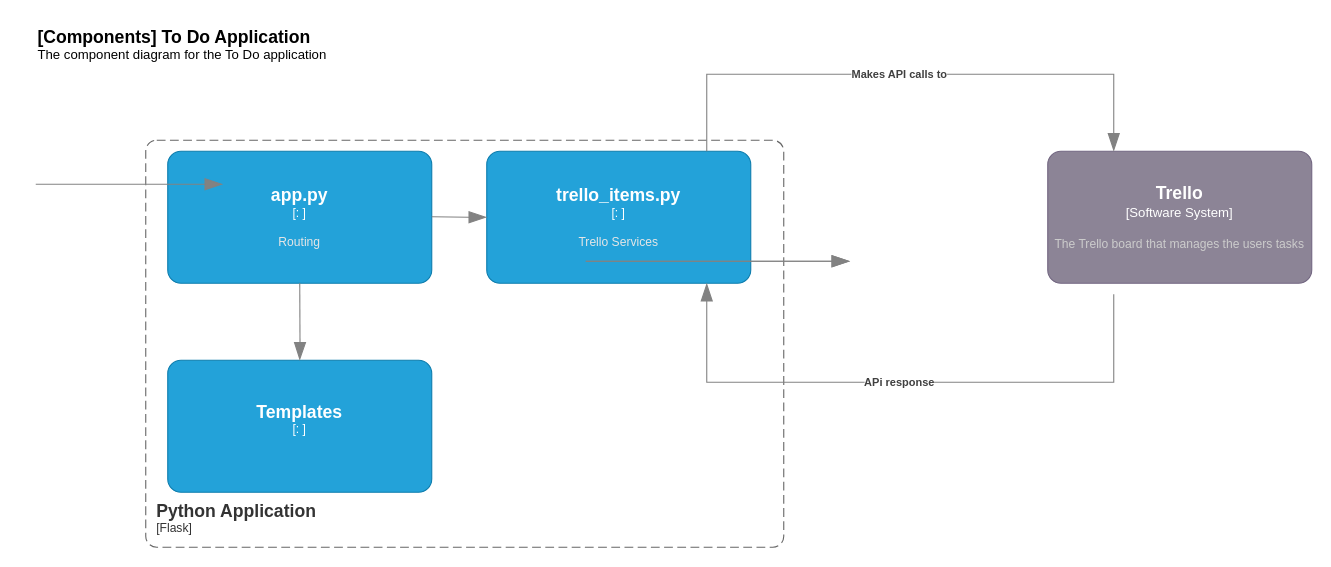
This is page "Component Diagram" (3 of 3) of context_diagram.drawio from shaylipatel/DevOps-Course-Starter, a draw.io file, before an edit. Source tidied: cells renumbered, new cells numbered last; positions are measured from the earlier drawing's top-left corner, leaving out a move shared by most shapes. Both pictures are drawn from the tidied source at 110%, with x=0, y=0 at pixel (35, 19).
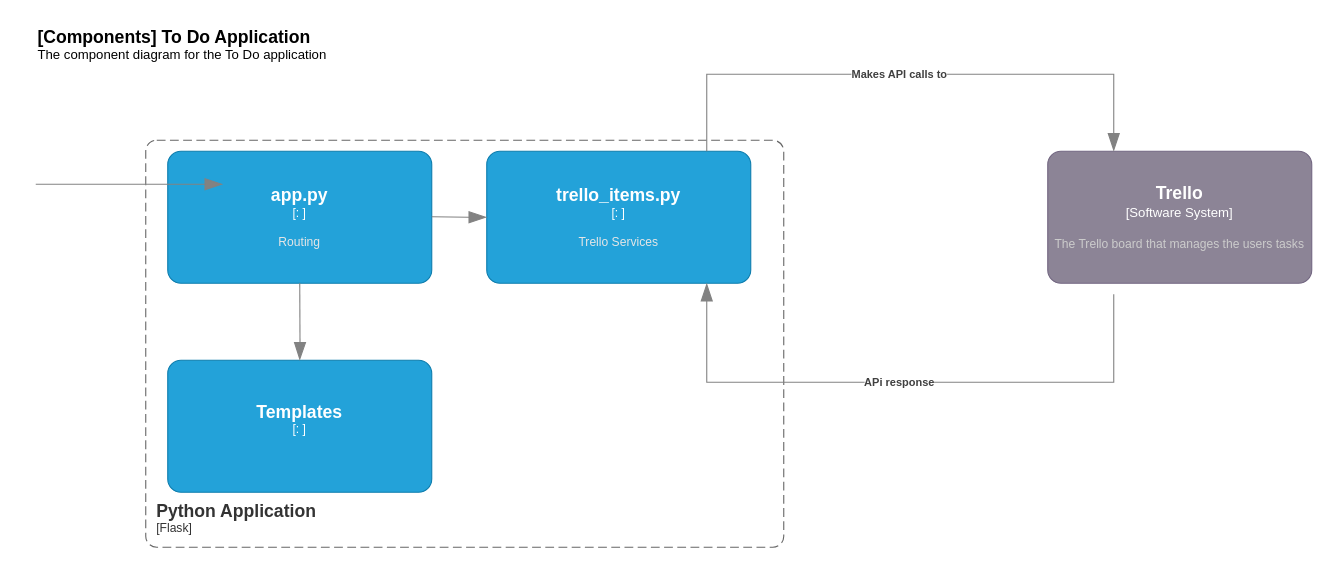
The same diagram, later.

Change to the diagram source:
```diff
@@
-    <mxCell id="10" style="endArrow=blockThin;html=1;fontSize=10;fontColor=#404040;strokeWidth=1;endFill=1;strokeColor=#828282;elbow=vertical;endSize=14;startSize=14;jumpStyle=arc;jumpSize=16;rounded=0;edgeStyle=orthogonalEdgeStyle;" parent="1" edge="1">
-      <mxGeometry relative="1" as="geometry">
-        <mxPoint x="500" y="220" as="sourcePoint" />
-        <mxPoint x="740" y="220" as="targetPoint" />
-      </mxGeometry>
-    </mxCell>
@@
-    <mxCell id="13" style="endArrow=blockThin;html=1;fontSize=10;fontColor=#404040;strokeWidth=1;endFill=1;strokeColor=#828282;elbow=vertical;endSize=14;startSize=14;jumpStyle=arc;jumpSize=16;rounded=0;edgeStyle=orthogonalEdgeStyle;" parent="1" edge="1">
-      <mxGeometry relative="1" as="geometry">
-        <mxPoint x="500" y="220" as="sourcePoint" />
-        <mxPoint x="740" y="220" as="targetPoint" />
-      </mxGeometry>
-    </mxCell>
```
